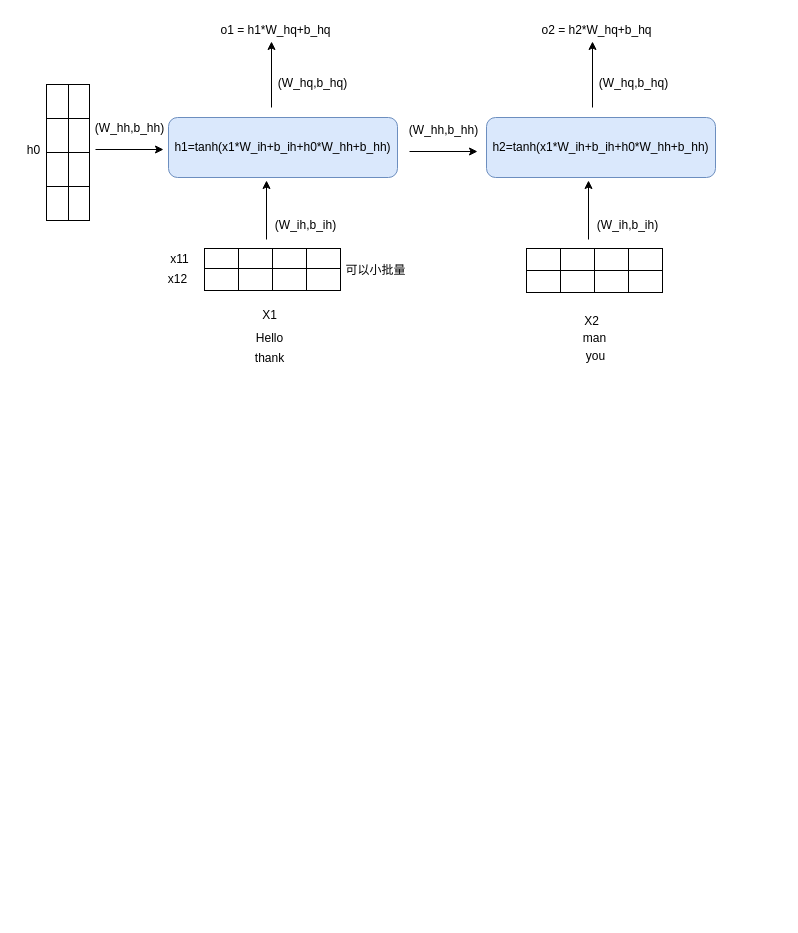
Before: 未命名绘图.drawio in MrLeiPan/draw, a draw.io diagram. Source tidied: cells renumbered, new cells numbered last; positions are measured from the earlier drawing's top-left corner, leaving out a move shared by most shapes. Both pictures are drawn from the tidied source at 100%, with x=0, y=0 at pixel (-11, 17).
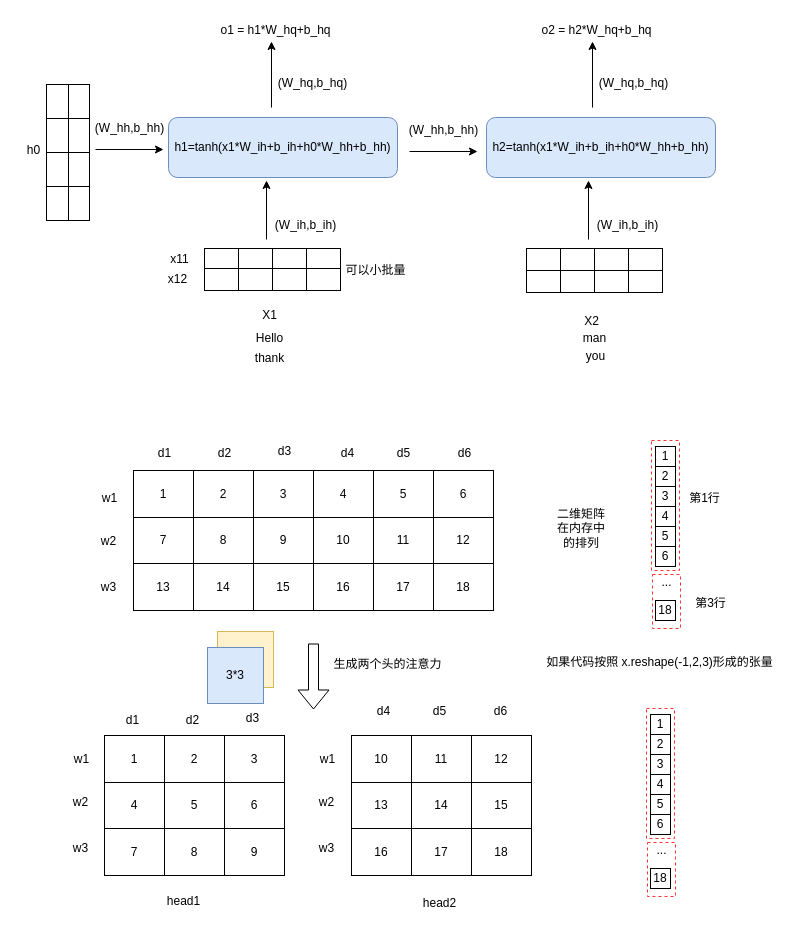
The same diagram, later.

Commit message (it also covers changes not shown here):
更新未命名绘图.drawio

The edit, as a diff of the source:
```diff
@@
+    <mxCell id="58" style="childLayout=tableLayout;shadow=0;fillColor=none;" parent="1" vertex="1">
+      <mxGeometry x="144" y="453" width="180" height="140" as="geometry" />
+    </mxCell>
+    <mxCell id="59" style="shape=tableRow;horizontal=0;startSize=0;swimlaneHead=0;swimlaneBody=0;top=0;left=0;bottom=0;right=0;fontStyle=0;fillColor=none;strokeColor=inherit;" parent="58" vertex="1">
+      <mxGeometry width="180" height="47" as="geometry" />
+    </mxCell>
+    <mxCell id="60" value="1" style="strokeColor=inherit;fillColor=none;align=center;whiteSpace=wrap;html=1;" parent="59" vertex="1">
+      <mxGeometry width="60" height="47" as="geometry" />
+    </mxCell>
+    <mxCell id="61" value="2" style="strokeColor=inherit;fillColor=none;align=center;whiteSpace=wrap;html=1;" parent="59" vertex="1">
+      <mxGeometry x="60" width="60" height="47" as="geometry" />
+    </mxCell>
+    <mxCell id="62" value="3" style="strokeColor=inherit;fillColor=none;align=center;whiteSpace=wrap;html=1;" parent="59" vertex="1">
+      <mxGeometry x="120" width="60" height="47" as="geometry" />
+    </mxCell>
+    <mxCell id="63" style="shape=tableRow;horizontal=0;startSize=0;swimlaneHead=0;swimlaneBody=0;top=0;left=0;bottom=0;right=0;fontStyle=0;fillColor=none;strokeColor=inherit;" parent="58" vertex="1">
+      <mxGeometry y="47" width="180" height="46" as="geometry" />
+    </mxCell>
+    <mxCell id="64" value="7" style="strokeColor=inherit;fillColor=none;align=center;whiteSpace=wrap;html=1;" parent="63" vertex="1">
+      <mxGeometry width="60" height="46" as="geometry" />
+    </mxCell>
+    <mxCell id="65" value="8" style="strokeColor=inherit;fillColor=none;align=center;whiteSpace=wrap;html=1;" parent="63" vertex="1">
+      <mxGeometry x="60" width="60" height="46" as="geometry" />
+    </mxCell>
+    <mxCell id="66" value="9" style="strokeColor=inherit;fillColor=none;align=center;whiteSpace=wrap;html=1;" parent="63" vertex="1">
+      <mxGeometry x="120" width="60" height="46" as="geometry" />
+    </mxCell>
+    <mxCell id="67" style="shape=tableRow;horizontal=0;startSize=0;swimlaneHead=0;swimlaneBody=0;top=0;left=0;bottom=0;right=0;fontStyle=0;fillColor=none;strokeColor=inherit;" parent="58" vertex="1">
+      <mxGeometry y="93" width="180" height="47" as="geometry" />
+    </mxCell>
+    <mxCell id="68" value="13" style="strokeColor=inherit;fillColor=none;align=center;whiteSpace=wrap;html=1;" parent="67" vertex="1">
+      <mxGeometry width="60" height="47" as="geometry" />
+    </mxCell>
+    <mxCell id="69" value="14" style="strokeColor=inherit;fillColor=none;align=center;whiteSpace=wrap;html=1;" parent="67" vertex="1">
+      <mxGeometry x="60" width="60" height="47" as="geometry" />
+    </mxCell>
+    <mxCell id="70" value="15" style="strokeColor=inherit;fillColor=none;align=center;whiteSpace=wrap;html=1;" parent="67" vertex="1">
+      <mxGeometry x="120" width="60" height="47" as="geometry" />
+    </mxCell>
+    <mxCell id="71" style="childLayout=tableLayout;shadow=0;fillColor=none;" parent="1" vertex="1">
+      <mxGeometry x="324" y="453" width="180" height="140" as="geometry" />
+    </mxCell>
+    <mxCell id="72" style="shape=tableRow;horizontal=0;startSize=0;swimlaneHead=0;swimlaneBody=0;top=0;left=0;bottom=0;right=0;fontStyle=0;fillColor=none;strokeColor=inherit;" parent="71" vertex="1">
+      <mxGeometry width="180" height="47" as="geometry" />
+    </mxCell>
+    <mxCell id="73" value="4" style="strokeColor=inherit;fillColor=none;align=center;whiteSpace=wrap;html=1;" parent="72" vertex="1">
+      <mxGeometry width="60" height="47" as="geometry" />
+    </mxCell>
+    <mxCell id="74" value="5" style="strokeColor=inherit;fillColor=none;align=center;whiteSpace=wrap;html=1;" parent="72" vertex="1">
+      <mxGeometry x="60" width="60" height="47" as="geometry" />
+    </mxCell>
+    <mxCell id="75" value="6" style="strokeColor=inherit;fillColor=none;align=center;whiteSpace=wrap;html=1;" parent="72" vertex="1">
+      <mxGeometry x="120" width="60" height="47" as="geometry" />
+    </mxCell>
+    <mxCell id="76" style="shape=tableRow;horizontal=0;startSize=0;swimlaneHead=0;swimlaneBody=0;top=0;left=0;bottom=0;right=0;fontStyle=0;fillColor=none;strokeColor=inherit;" parent="71" vertex="1">
+      <mxGeometry y="47" width="180" height="46" as="geometry" />
+    </mxCell>
+    <mxCell id="77" value="10" style="strokeColor=inherit;fillColor=none;align=center;whiteSpace=wrap;html=1;" parent="76" vertex="1">
+      <mxGeometry width="60" height="46" as="geometry" />
+    </mxCell>
+    <mxCell id="78" value="11" style="strokeColor=inherit;fillColor=none;align=center;whiteSpace=wrap;html=1;" parent="76" vertex="1">
+      <mxGeometry x="60" width="60" height="46" as="geometry" />
+    </mxCell>
+    <mxCell id="79" value="12" style="strokeColor=inherit;fillColor=none;align=center;whiteSpace=wrap;html=1;" parent="76" vertex="1">
+      <mxGeometry x="120" width="60" height="46" as="geometry" />
+    </mxCell>
+    <mxCell id="80" style="shape=tableRow;horizontal=0;startSize=0;swimlaneHead=0;swimlaneBody=0;top=0;left=0;bottom=0;right=0;fontStyle=0;fillColor=none;strokeColor=inherit;" parent="71" vertex="1">
+      <mxGeometry y="93" width="180" height="47" as="geometry" />
+    </mxCell>
+    <mxCell id="81" value="16" style="strokeColor=inherit;fillColor=none;align=center;whiteSpace=wrap;html=1;" parent="80" vertex="1">
+      <mxGeometry width="60" height="47" as="geometry" />
+    </mxCell>
+    <mxCell id="82" value="17" style="strokeColor=inherit;fillColor=none;align=center;whiteSpace=wrap;html=1;" parent="80" vertex="1">
+      <mxGeometry x="60" width="60" height="47" as="geometry" />
+    </mxCell>
+    <mxCell id="83" value="18" style="strokeColor=inherit;fillColor=none;align=center;whiteSpace=wrap;html=1;" parent="80" vertex="1">
+      <mxGeometry x="120" width="60" height="47" as="geometry" />
+    </mxCell>
+    <mxCell id="84" value="w1" style="text;html=1;align=center;verticalAlign=middle;strokeColor=none;fillColor=none;" parent="1" vertex="1">
+      <mxGeometry x="103" y="468" width="33" height="26" as="geometry" />
+    </mxCell>
+    <mxCell id="85" value="w2" style="text;html=1;align=center;verticalAlign=middle;strokeColor=none;fillColor=none;" parent="1" vertex="1">
+      <mxGeometry x="102" y="511" width="33" height="26" as="geometry" />
+    </mxCell>
+    <mxCell id="86" value="w3" style="text;html=1;align=center;verticalAlign=middle;strokeColor=none;fillColor=none;" parent="1" vertex="1">
+      <mxGeometry x="102" y="557" width="33" height="26" as="geometry" />
+    </mxCell>
+    <mxCell id="87" value="d1" style="text;html=1;align=center;verticalAlign=middle;strokeColor=none;fillColor=none;" parent="1" vertex="1">
+      <mxGeometry x="159" y="423" width="31" height="26" as="geometry" />
+    </mxCell>
+    <mxCell id="88" value="d2" style="text;html=1;align=center;verticalAlign=middle;strokeColor=none;fillColor=none;" parent="1" vertex="1">
+      <mxGeometry x="219" y="423" width="31" height="26" as="geometry" />
+    </mxCell>
+    <mxCell id="89" value="d3" style="text;html=1;align=center;verticalAlign=middle;strokeColor=none;fillColor=none;" parent="1" vertex="1">
+      <mxGeometry x="279" y="421" width="31" height="26" as="geometry" />
+    </mxCell>
+    <mxCell id="90" value="d4" style="text;html=1;align=center;verticalAlign=middle;strokeColor=none;fillColor=none;" parent="1" vertex="1">
+      <mxGeometry x="342" y="423" width="31" height="26" as="geometry" />
+    </mxCell>
+    <mxCell id="91" value="d5" style="text;html=1;align=center;verticalAlign=middle;strokeColor=none;fillColor=none;" parent="1" vertex="1">
+      <mxGeometry x="398.5" y="423" width="31" height="26" as="geometry" />
+    </mxCell>
+    <mxCell id="92" value="d6" style="text;html=1;align=center;verticalAlign=middle;strokeColor=none;fillColor=none;" parent="1" vertex="1">
+      <mxGeometry x="459" y="423" width="31" height="26" as="geometry" />
+    </mxCell>
+    <mxCell id="93" style="shape=flexArrow;endArrow=classic;html=1;rounded=0;" parent="1" edge="1">
+      <mxGeometry relative="1" as="geometry">
+        <mxPoint x="324" y="626" as="sourcePoint" />
+        <mxPoint x="324" y="692" as="targetPoint" />
+      </mxGeometry>
+    </mxCell>
+    <mxCell id="94" value="生成两个头的注意力" style="text;html=1;align=center;verticalAlign=middle;strokeColor=none;fillColor=none;" parent="1" vertex="1">
+      <mxGeometry x="335" y="634" width="126" height="26" as="geometry" />
+    </mxCell>
+    <mxCell id="95" style="childLayout=tableLayout;shadow=0;fillColor=none;" parent="1" vertex="1">
+      <mxGeometry x="115" y="718" width="180" height="140" as="geometry" />
+    </mxCell>
+    <mxCell id="96" style="shape=tableRow;horizontal=0;startSize=0;swimlaneHead=0;swimlaneBody=0;top=0;left=0;bottom=0;right=0;fontStyle=0;fillColor=none;strokeColor=inherit;" parent="95" vertex="1">
+      <mxGeometry width="180" height="47" as="geometry" />
+    </mxCell>
+    <mxCell id="97" value="1" style="strokeColor=inherit;fillColor=none;align=center;whiteSpace=wrap;html=1;" parent="96" vertex="1">
+      <mxGeometry width="60" height="47" as="geometry" />
+    </mxCell>
+    <mxCell id="98" value="2" style="strokeColor=inherit;fillColor=none;align=center;whiteSpace=wrap;html=1;" parent="96" vertex="1">
+      <mxGeometry x="60" width="60" height="47" as="geometry" />
+    </mxCell>
+    <mxCell id="99" value="3" style="strokeColor=inherit;fillColor=none;align=center;whiteSpace=wrap;html=1;" parent="96" vertex="1">
+      <mxGeometry x="120" width="60" height="47" as="geometry" />
+    </mxCell>
+    <mxCell id="100" style="shape=tableRow;horizontal=0;startSize=0;swimlaneHead=0;swimlaneBody=0;top=0;left=0;bottom=0;right=0;fontStyle=0;fillColor=none;strokeColor=inherit;" parent="95" vertex="1">
+      <mxGeometry y="47" width="180" height="46" as="geometry" />
+    </mxCell>
+    <mxCell id="101" value="4" style="strokeColor=inherit;fillColor=none;align=center;whiteSpace=wrap;html=1;" parent="100" vertex="1">
+      <mxGeometry width="60" height="46" as="geometry" />
+    </mxCell>
+    <mxCell id="102" value="5" style="strokeColor=inherit;fillColor=none;align=center;whiteSpace=wrap;html=1;" parent="100" vertex="1">
+      <mxGeometry x="60" width="60" height="46" as="geometry" />
+    </mxCell>
+    <mxCell id="103" value="6" style="strokeColor=inherit;fillColor=none;align=center;whiteSpace=wrap;html=1;" parent="100" vertex="1">
+      <mxGeometry x="120" width="60" height="46" as="geometry" />
+    </mxCell>
+    <mxCell id="104" style="shape=tableRow;horizontal=0;startSize=0;swimlaneHead=0;swimlaneBody=0;top=0;left=0;bottom=0;right=0;fontStyle=0;fillColor=none;strokeColor=inherit;" parent="95" vertex="1">
+      <mxGeometry y="93" width="180" height="47" as="geometry" />
+    </mxCell>
+    <mxCell id="105" value="7" style="strokeColor=inherit;fillColor=none;align=center;whiteSpace=wrap;html=1;" parent="104" vertex="1">
+      <mxGeometry width="60" height="47" as="geometry" />
+    </mxCell>
+    <mxCell id="106" value="8" style="strokeColor=inherit;fillColor=none;align=center;whiteSpace=wrap;html=1;" parent="104" vertex="1">
+      <mxGeometry x="60" width="60" height="47" as="geometry" />
+    </mxCell>
+    <mxCell id="107" value="9" style="strokeColor=inherit;fillColor=none;align=center;whiteSpace=wrap;html=1;" parent="104" vertex="1">
+      <mxGeometry x="120" width="60" height="47" as="geometry" />
+    </mxCell>
+    <mxCell id="108" style="childLayout=tableLayout;shadow=0;fillColor=none;" parent="1" vertex="1">
+      <mxGeometry x="362" y="718" width="180" height="140" as="geometry" />
+    </mxCell>
+    <mxCell id="109" style="shape=tableRow;horizontal=0;startSize=0;swimlaneHead=0;swimlaneBody=0;top=0;left=0;bottom=0;right=0;fontStyle=0;fillColor=none;strokeColor=inherit;" parent="108" vertex="1">
+      <mxGeometry width="180" height="47" as="geometry" />
+    </mxCell>
+    <mxCell id="110" value="10" style="strokeColor=inherit;fillColor=none;align=center;whiteSpace=wrap;html=1;" parent="109" vertex="1">
+      <mxGeometry width="60" height="47" as="geometry" />
+    </mxCell>
+    <mxCell id="111" value="11" style="strokeColor=inherit;fillColor=none;align=center;whiteSpace=wrap;html=1;" parent="109" vertex="1">
+      <mxGeometry x="60" width="60" height="47" as="geometry" />
+    </mxCell>
+    <mxCell id="112" value="12" style="strokeColor=inherit;fillColor=none;align=center;whiteSpace=wrap;html=1;" parent="109" vertex="1">
+      <mxGeometry x="120" width="60" height="47" as="geometry" />
+    </mxCell>
+    <mxCell id="113" style="shape=tableRow;horizontal=0;startSize=0;swimlaneHead=0;swimlaneBody=0;top=0;left=0;bottom=0;right=0;fontStyle=0;fillColor=none;strokeColor=inherit;" parent="108" vertex="1">
+      <mxGeometry y="47" width="180" height="46" as="geometry" />
+    </mxCell>
+    <mxCell id="114" value="13" style="strokeColor=inherit;fillColor=none;align=center;whiteSpace=wrap;html=1;" parent="113" vertex="1">
+      <mxGeometry width="60" height="46" as="geometry" />
+    </mxCell>
+    <mxCell id="115" value="14" style="strokeColor=inherit;fillColor=none;align=center;whiteSpace=wrap;html=1;" parent="113" vertex="1">
+      <mxGeometry x="60" width="60" height="46" as="geometry" />
+    </mxCell>
+    <mxCell id="116" value="15" style="strokeColor=inherit;fillColor=none;align=center;whiteSpace=wrap;html=1;" parent="113" vertex="1">
+      <mxGeometry x="120" width="60" height="46" as="geometry" />
+    </mxCell>
+    <mxCell id="117" style="shape=tableRow;horizontal=0;startSize=0;swimlaneHead=0;swimlaneBody=0;top=0;left=0;bottom=0;right=0;fontStyle=0;fillColor=none;strokeColor=inherit;" parent="108" vertex="1">
+      <mxGeometry y="93" width="180" height="47" as="geometry" />
+    </mxCell>
+    <mxCell id="118" value="16" style="strokeColor=inherit;fillColor=none;align=center;whiteSpace=wrap;html=1;" parent="117" vertex="1">
+      <mxGeometry width="60" height="47" as="geometry" />
+    </mxCell>
+    <mxCell id="119" value="17" style="strokeColor=inherit;fillColor=none;align=center;whiteSpace=wrap;html=1;" parent="117" vertex="1">
+      <mxGeometry x="60" width="60" height="47" as="geometry" />
+    </mxCell>
+    <mxCell id="120" value="18" style="strokeColor=inherit;fillColor=none;align=center;whiteSpace=wrap;html=1;" parent="117" vertex="1">
+      <mxGeometry x="120" width="60" height="47" as="geometry" />
+    </mxCell>
+    <mxCell id="121" value="w1" style="text;html=1;align=center;verticalAlign=middle;strokeColor=none;fillColor=none;" parent="1" vertex="1">
+      <mxGeometry x="75" y="728.5" width="33" height="26" as="geometry" />
+    </mxCell>
+    <mxCell id="122" value="w2" style="text;html=1;align=center;verticalAlign=middle;strokeColor=none;fillColor=none;" parent="1" vertex="1">
+      <mxGeometry x="74" y="771.5" width="33" height="26" as="geometry" />
+    </mxCell>
+    <mxCell id="123" value="w3" style="text;html=1;align=center;verticalAlign=middle;strokeColor=none;fillColor=none;" parent="1" vertex="1">
+      <mxGeometry x="74" y="817.5" width="33" height="26" as="geometry" />
+    </mxCell>
+    <mxCell id="124" value="w1" style="text;html=1;align=center;verticalAlign=middle;strokeColor=none;fillColor=none;" parent="1" vertex="1">
+      <mxGeometry x="321" y="729" width="33" height="26" as="geometry" />
+    </mxCell>
+    <mxCell id="125" value="w2" style="text;html=1;align=center;verticalAlign=middle;strokeColor=none;fillColor=none;" parent="1" vertex="1">
+      <mxGeometry x="320" y="772" width="33" height="26" as="geometry" />
+    </mxCell>
+    <mxCell id="126" value="w3" style="text;html=1;align=center;verticalAlign=middle;strokeColor=none;fillColor=none;" parent="1" vertex="1">
+      <mxGeometry x="320" y="818" width="33" height="26" as="geometry" />
+    </mxCell>
+    <mxCell id="127" value="d1" style="text;html=1;align=center;verticalAlign=middle;strokeColor=none;fillColor=none;" parent="1" vertex="1">
+      <mxGeometry x="127" y="690" width="31" height="26" as="geometry" />
+    </mxCell>
+    <mxCell id="128" value="d2" style="text;html=1;align=center;verticalAlign=middle;strokeColor=none;fillColor=none;" parent="1" vertex="1">
+      <mxGeometry x="187" y="690" width="31" height="26" as="geometry" />
+    </mxCell>
+    <mxCell id="129" value="d3" style="text;html=1;align=center;verticalAlign=middle;strokeColor=none;fillColor=none;" parent="1" vertex="1">
+      <mxGeometry x="247" y="688" width="31" height="26" as="geometry" />
+    </mxCell>
+    <mxCell id="130" value="d4" style="text;html=1;align=center;verticalAlign=middle;strokeColor=none;fillColor=none;" parent="1" vertex="1">
+      <mxGeometry x="378" y="681" width="31" height="26" as="geometry" />
+    </mxCell>
+    <mxCell id="131" value="d5" style="text;html=1;align=center;verticalAlign=middle;strokeColor=none;fillColor=none;" parent="1" vertex="1">
+      <mxGeometry x="434.5" y="681" width="31" height="26" as="geometry" />
+    </mxCell>
+    <mxCell id="132" value="d6" style="text;html=1;align=center;verticalAlign=middle;strokeColor=none;fillColor=none;" parent="1" vertex="1">
+      <mxGeometry x="495" y="681" width="31" height="26" as="geometry" />
+    </mxCell>
+    <mxCell id="133" value="head1" style="text;html=1;align=center;verticalAlign=middle;strokeColor=none;fillColor=none;" parent="1" vertex="1">
+      <mxGeometry x="168" y="871" width="51" height="26" as="geometry" />
+    </mxCell>
+    <mxCell id="134" value="head2" style="text;html=1;align=center;verticalAlign=middle;strokeColor=none;fillColor=none;" parent="1" vertex="1">
+      <mxGeometry x="424.5" y="873" width="51" height="26" as="geometry" />
+    </mxCell>
+    <mxCell id="135" style="whiteSpace=wrap;html=1;fillColor=#fff2cc;strokeColor=#d6b656;" parent="1" vertex="1">
+      <mxGeometry x="228" y="614" width="56" height="56" as="geometry" />
+    </mxCell>
+    <mxCell id="136" value="3*3" style="whiteSpace=wrap;html=1;fillColor=#dae8fc;strokeColor=#6c8ebf;" parent="1" vertex="1">
+      <mxGeometry x="218" y="630" width="56" height="56" as="geometry" />
+    </mxCell>
+    <mxCell id="137" value="1" style="strokeColor=inherit;fillColor=none;align=center;whiteSpace=wrap;html=1;" parent="1" vertex="1">
+      <mxGeometry x="666" y="429" width="20" height="20" as="geometry" />
+    </mxCell>
+    <mxCell id="138" value="2" style="strokeColor=inherit;fillColor=none;align=center;whiteSpace=wrap;html=1;" parent="1" vertex="1">
+      <mxGeometry x="666" y="449" width="20" height="20" as="geometry" />
+    </mxCell>
+    <mxCell id="139" value="3" style="strokeColor=inherit;fillColor=none;align=center;whiteSpace=wrap;html=1;" parent="1" vertex="1">
+      <mxGeometry x="666" y="469" width="20" height="20" as="geometry" />
+    </mxCell>
+    <mxCell id="140" value="4" style="strokeColor=inherit;fillColor=none;align=center;whiteSpace=wrap;html=1;" parent="1" vertex="1">
+      <mxGeometry x="666" y="489" width="20" height="20" as="geometry" />
+    </mxCell>
+    <mxCell id="141" value="5" style="strokeColor=inherit;fillColor=none;align=center;whiteSpace=wrap;html=1;" parent="1" vertex="1">
+      <mxGeometry x="666" y="509" width="20" height="20" as="geometry" />
+    </mxCell>
+    <mxCell id="142" value="6" style="strokeColor=inherit;fillColor=none;align=center;whiteSpace=wrap;html=1;" parent="1" vertex="1">
+      <mxGeometry x="666" y="529" width="20" height="20" as="geometry" />
+    </mxCell>
+    <mxCell id="143" value="18" style="strokeColor=inherit;fillColor=none;align=center;whiteSpace=wrap;html=1;" parent="1" vertex="1">
+      <mxGeometry x="666" y="583" width="20" height="20" as="geometry" />
+    </mxCell>
+    <mxCell id="144" value="..." style="text;html=1;align=center;verticalAlign=middle;strokeColor=none;fillColor=none;" parent="1" vertex="1">
+      <mxGeometry x="663" y="552" width="28" height="26" as="geometry" />
+    </mxCell>
+    <mxCell id="145" value="二维矩阵在内存中的排列" style="text;html=1;strokeColor=none;fillColor=none;align=center;verticalAlign=middle;whiteSpace=wrap;rounded=0;" parent="1" vertex="1">
+      <mxGeometry x="562" y="464" width="60" height="94" as="geometry" />
+    </mxCell>
+    <mxCell id="146" style="rounded=0;whiteSpace=wrap;html=1;fillColor=none;dashed=1;strokeColor=#FF3333;" parent="1" vertex="1">
+      <mxGeometry x="662" y="423" width="28" height="130" as="geometry" />
+    </mxCell>
+    <mxCell id="147" value="第1行" style="text;html=1;align=center;verticalAlign=middle;strokeColor=none;fillColor=none;" parent="1" vertex="1">
+      <mxGeometry x="690" y="468" width="49" height="26" as="geometry" />
+    </mxCell>
+    <mxCell id="148" style="rounded=0;whiteSpace=wrap;html=1;fillColor=none;dashed=1;strokeColor=#FF3333;" parent="1" vertex="1">
+      <mxGeometry x="663" y="557" width="28" height="54" as="geometry" />
+    </mxCell>
+    <mxCell id="149" value="第3行" style="text;html=1;align=center;verticalAlign=middle;strokeColor=none;fillColor=none;" parent="1" vertex="1">
+      <mxGeometry x="696" y="573" width="49" height="26" as="geometry" />
+    </mxCell>
+    <mxCell id="150" value="如果代码按照 x.reshape(-1,2,3)形成的张量" style="text;html=1;align=center;verticalAlign=middle;strokeColor=none;fillColor=none;" parent="1" vertex="1">
+      <mxGeometry x="547" y="632" width="245" height="26" as="geometry" />
+    </mxCell>
+    <mxCell id="151" value="1" style="strokeColor=inherit;fillColor=none;align=center;whiteSpace=wrap;html=1;" parent="1" vertex="1">
+      <mxGeometry x="661" y="697" width="20" height="20" as="geometry" />
+    </mxCell>
+    <mxCell id="152" value="2" style="strokeColor=inherit;fillColor=none;align=center;whiteSpace=wrap;html=1;" parent="1" vertex="1">
+      <mxGeometry x="661" y="717" width="20" height="20" as="geometry" />
+    </mxCell>
+    <mxCell id="153" value="3" style="strokeColor=inherit;fillColor=none;align=center;whiteSpace=wrap;html=1;" parent="1" vertex="1">
+      <mxGeometry x="661" y="737" width="20" height="20" as="geometry" />
+    </mxCell>
+    <mxCell id="154" value="4" style="strokeColor=inherit;fillColor=none;align=center;whiteSpace=wrap;html=1;" parent="1" vertex="1">
+      <mxGeometry x="661" y="757" width="20" height="20" as="geometry" />
+    </mxCell>
+    <mxCell id="155" value="5" style="strokeColor=inherit;fillColor=none;align=center;whiteSpace=wrap;html=1;" parent="1" vertex="1">
+      <mxGeometry x="661" y="777" width="20" height="20" as="geometry" />
+    </mxCell>
+    <mxCell id="156" value="6" style="strokeColor=inherit;fillColor=none;align=center;whiteSpace=wrap;html=1;" parent="1" vertex="1">
+      <mxGeometry x="661" y="797" width="20" height="20" as="geometry" />
+    </mxCell>
+    <mxCell id="157" value="18" style="strokeColor=inherit;fillColor=none;align=center;whiteSpace=wrap;html=1;" parent="1" vertex="1">
+      <mxGeometry x="661" y="851" width="20" height="20" as="geometry" />
+    </mxCell>
+    <mxCell id="158" value="..." style="text;html=1;align=center;verticalAlign=middle;strokeColor=none;fillColor=none;" parent="1" vertex="1">
+      <mxGeometry x="658" y="820" width="28" height="26" as="geometry" />
+    </mxCell>
+    <mxCell id="159" style="rounded=0;whiteSpace=wrap;html=1;fillColor=none;dashed=1;strokeColor=#FF3333;" parent="1" vertex="1">
+      <mxGeometry x="657" y="691" width="28" height="130" as="geometry" />
+    </mxCell>
+    <mxCell id="160" style="rounded=0;whiteSpace=wrap;html=1;fillColor=none;dashed=1;strokeColor=#FF3333;" parent="1" vertex="1">
+      <mxGeometry x="658" y="825" width="28" height="54" as="geometry" />
+    </mxCell>
```
